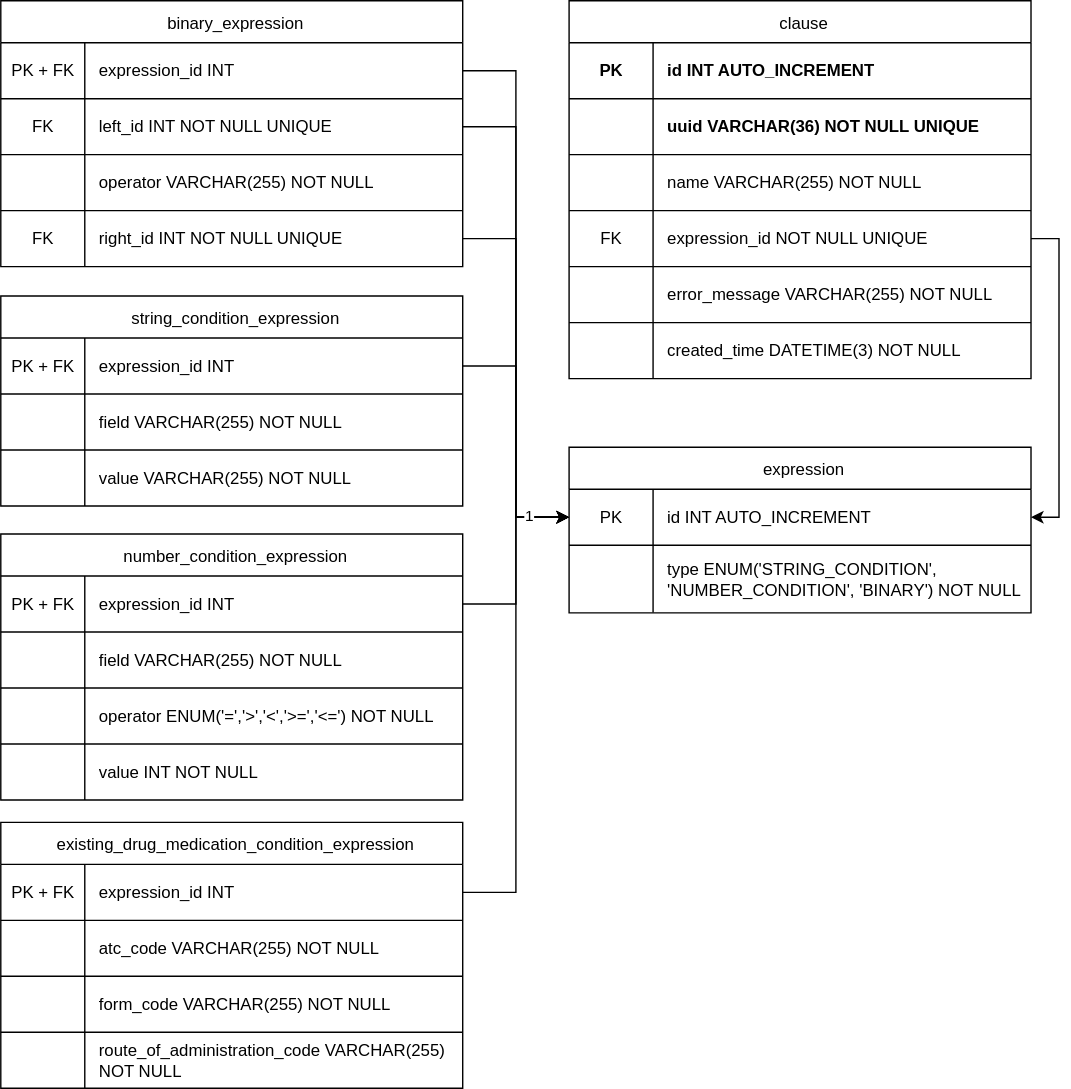
KvalitetsIT/klausuleret-tilskud-valideringskomponent keeps this draw.io diagram as documentation/src/main/resources/images/data_model.svg. Above is the earlier version. Source tidied: cells renumbered, new cells last; positions are measured from the earlier drawing's top-left corner, leaving out a move shared by most shapes.
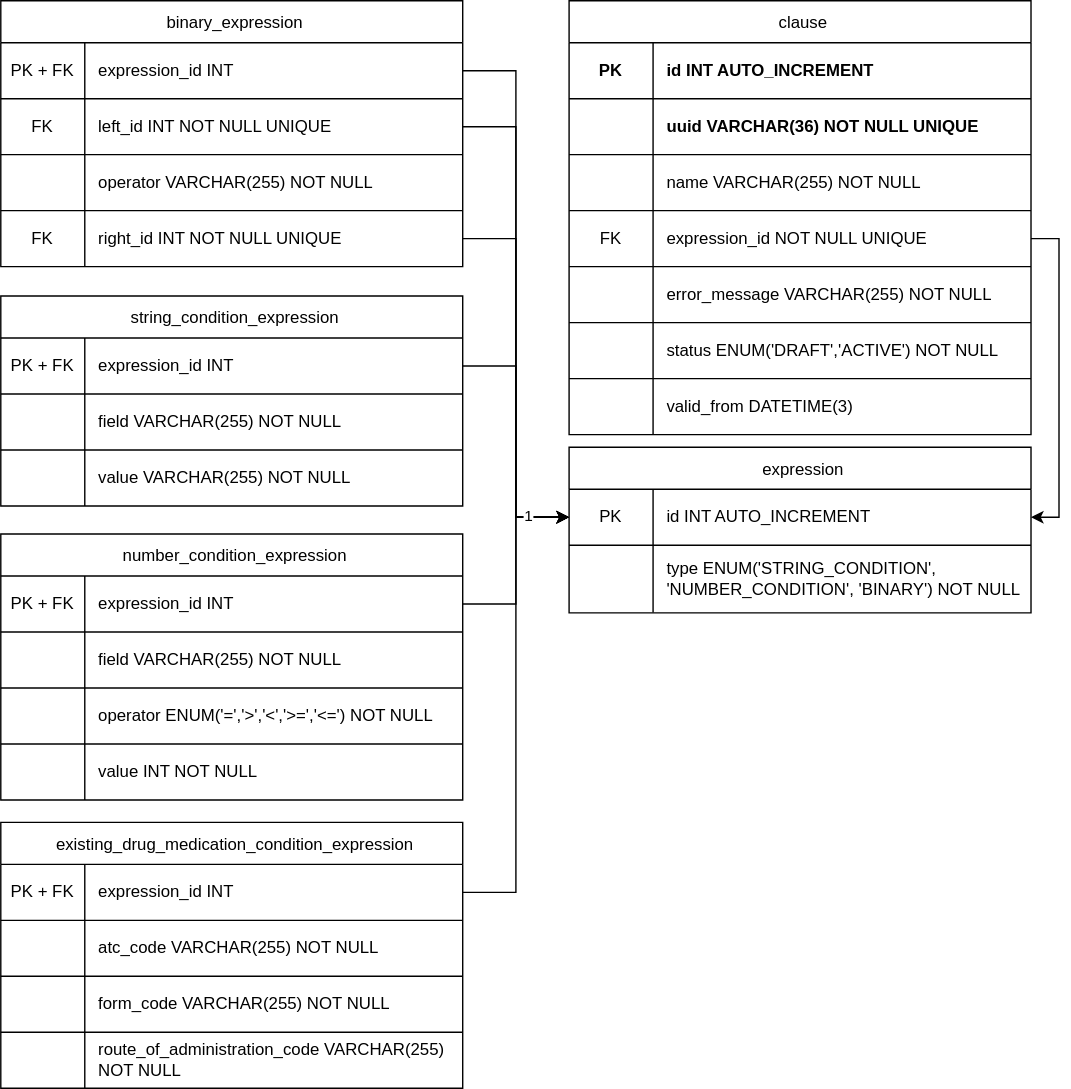
The same file after the commit.

The edit, as a diff of the source:
```diff
@@ -9,7 +9,7 @@
       <mxGeometry relative="1" as="geometry" />
     </mxCell>
     <mxCell id="4" value="clause" style="shape=table;startSize=30;spacingLeft=5;" parent="1" vertex="1">
-      <mxGeometry x="406" width="330" height="270" as="geometry" />
+      <mxGeometry x="406" width="330" height="310" as="geometry" />
     </mxCell>
     <mxCell id="5" style="shape=tableRow;horizontal=0;startSize=0;swimlaneHead=0;swimlaneBody=0;strokeColor=inherit;top=0;left=0;bottom=0;right=0;fillColor=none;fontStyle=1;" parent="4" vertex="1">
       <mxGeometry y="30" width="330" height="40" as="geometry" />
@@ -56,13 +56,22 @@
     <mxCell id="19" value="error_message&amp;nbsp;VARCHAR(255) NOT NULL" style="shape=partialRectangle;html=1;whiteSpace=wrap;strokeColor=inherit;overflow=hidden;fillColor=none;top=0;left=0;bottom=0;right=0;align=left;spacingLeft=8;" parent="17" vertex="1">
       <mxGeometry x="60" width="270" height="40" as="geometry" />
     </mxCell>
+    <mxCell id="85" style="shape=tableRow;horizontal=0;startSize=0;swimlaneHead=0;swimlaneBody=0;strokeColor=inherit;top=0;left=0;bottom=0;right=0;fillColor=none;" parent="4" vertex="1">
+      <mxGeometry y="230" width="330" height="40" as="geometry" />
+    </mxCell>
+    <mxCell id="86" style="shape=partialRectangle;html=1;whiteSpace=wrap;strokeColor=inherit;overflow=hidden;fillColor=none;top=0;left=0;bottom=0;right=0;" parent="85" vertex="1">
+      <mxGeometry width="60" height="40" as="geometry" />
+    </mxCell>
+    <mxCell id="87" value="status ENUM('DRAFT','ACTIVE') NOT NULL" style="shape=partialRectangle;html=1;whiteSpace=wrap;strokeColor=inherit;overflow=hidden;fillColor=none;top=0;left=0;bottom=0;right=0;align=left;spacingLeft=8;" parent="85" vertex="1">
+      <mxGeometry x="60" width="270" height="40" as="geometry" />
+    </mxCell>
     <mxCell id="20" style="shape=tableRow;horizontal=0;startSize=0;swimlaneHead=0;swimlaneBody=0;strokeColor=inherit;top=0;left=0;bottom=0;right=0;fillColor=none;" parent="4" vertex="1">
-      <mxGeometry y="230" width="330" height="40" as="geometry" />
+      <mxGeometry y="270" width="330" height="40" as="geometry" />
     </mxCell>
     <mxCell id="21" style="shape=partialRectangle;html=1;whiteSpace=wrap;strokeColor=inherit;overflow=hidden;fillColor=none;top=0;left=0;bottom=0;right=0;" parent="20" vertex="1">
       <mxGeometry width="60" height="40" as="geometry" />
     </mxCell>
-    <mxCell id="22" value="created_time DATETIME(3) NOT NULL" style="shape=partialRectangle;html=1;whiteSpace=wrap;strokeColor=inherit;overflow=hidden;fillColor=none;top=0;left=0;bottom=0;right=0;align=left;spacingLeft=8;" parent="20" vertex="1">
+    <mxCell id="22" value="valid_from DATETIME(3)" style="shape=partialRectangle;html=1;whiteSpace=wrap;strokeColor=inherit;overflow=hidden;fillColor=none;top=0;left=0;bottom=0;right=0;align=left;spacingLeft=8;" parent="20" vertex="1">
       <mxGeometry x="60" width="270" height="40" as="geometry" />
     </mxCell>
     <mxCell id="23" value="string_condition_expression" style="shape=table;startSize=30;spacingLeft=5;" parent="1" vertex="1">
```
